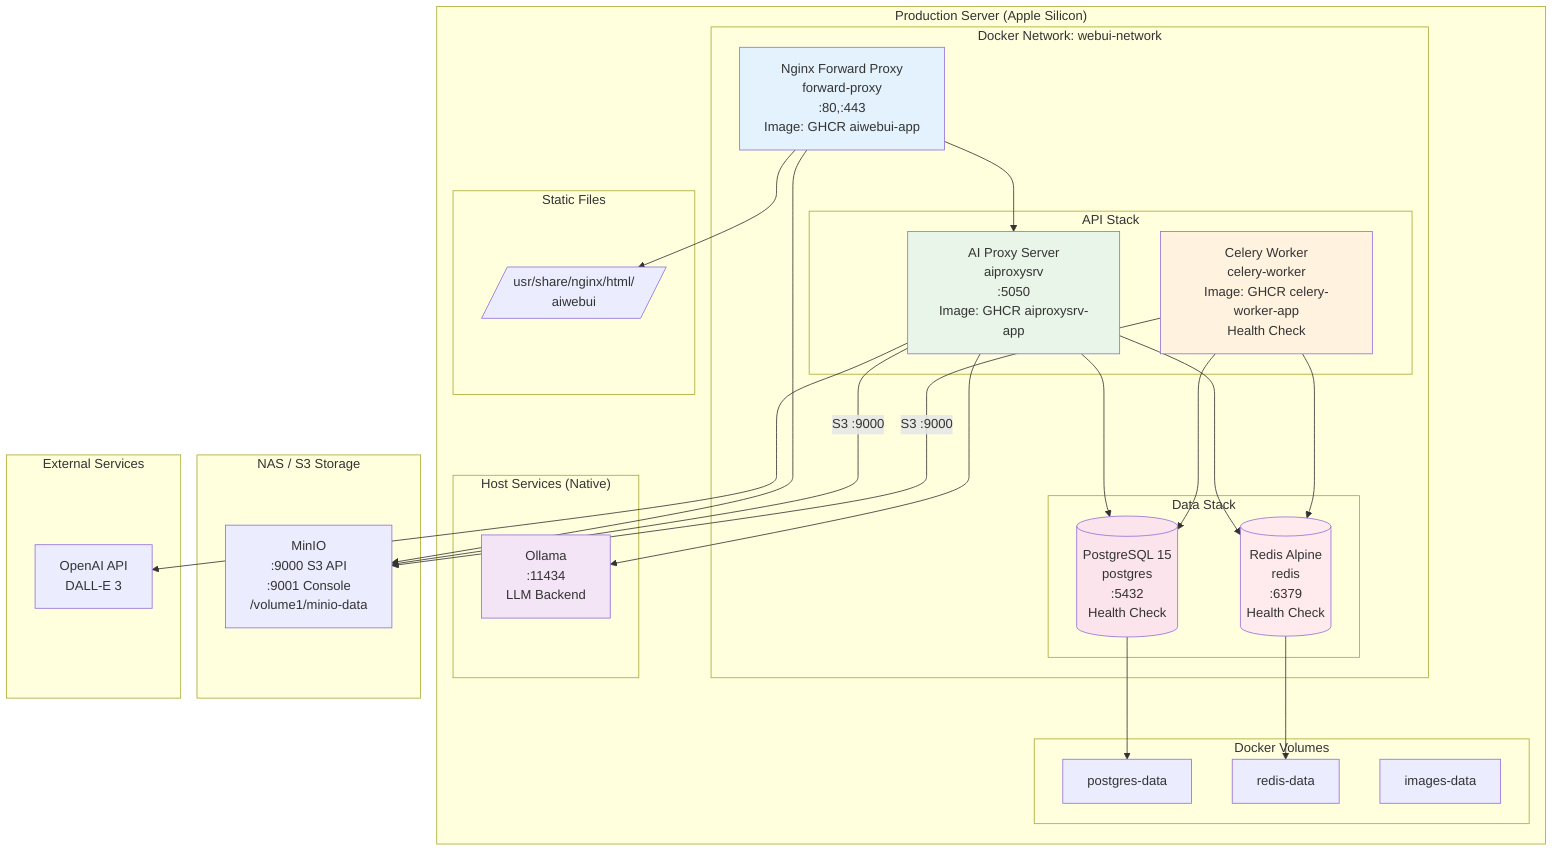
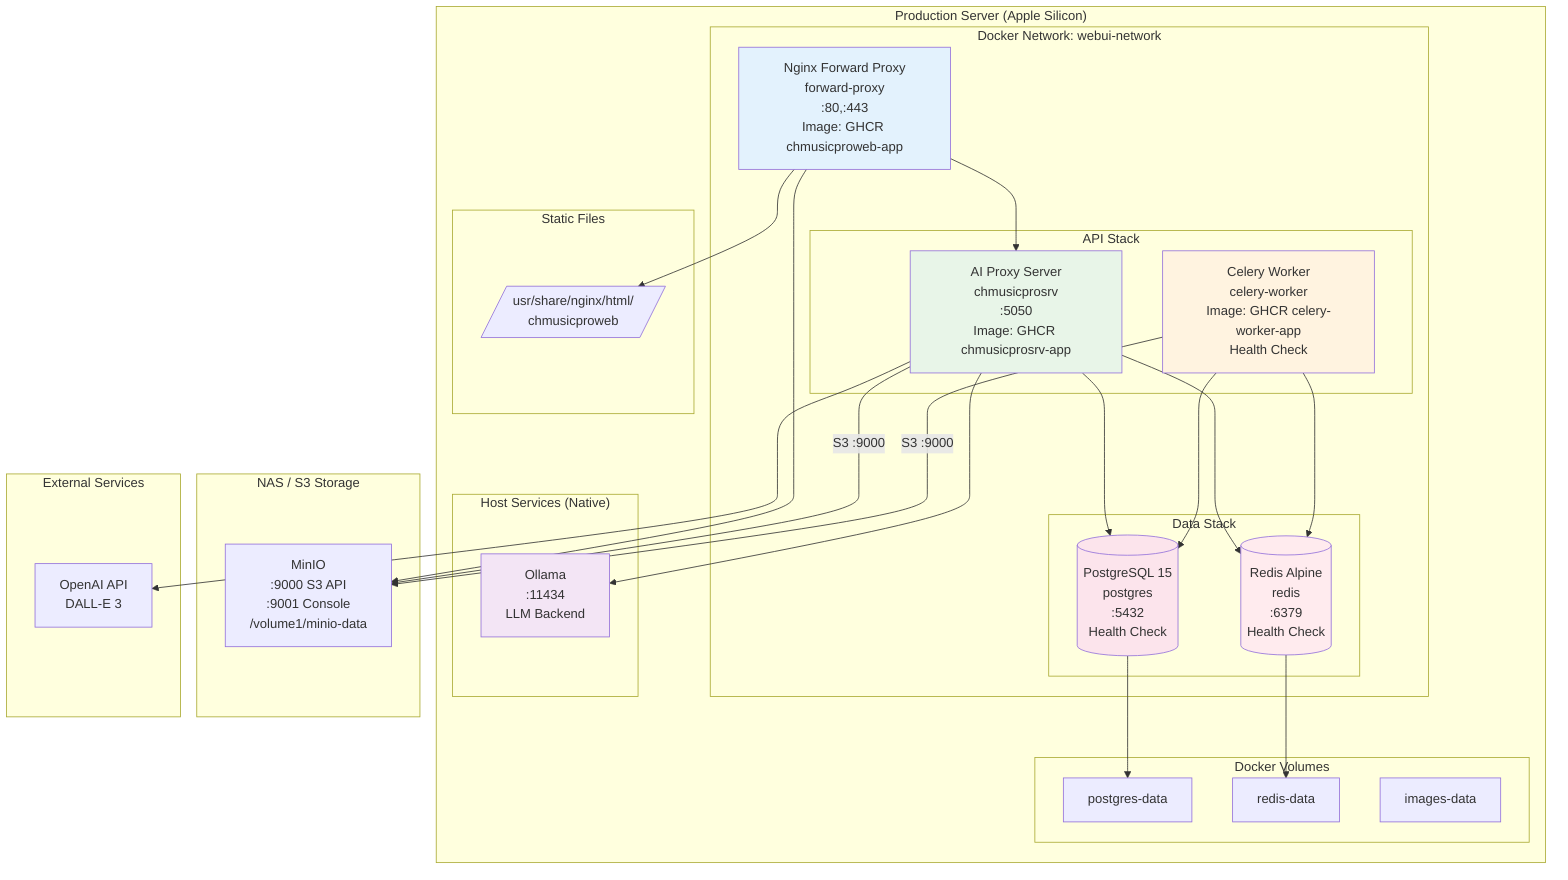
graph TB
    subgraph "Production Server (Apple Silicon)"
        subgraph "Docker Network: webui-network"
-             NGINX[Nginx Forward Proxy<br/>forward-proxy<br/>:80,:443<br/>Image: GHCR aiwebui-app]
+             NGINX[Nginx Forward Proxy<br/>forward-proxy<br/>:80,:443<br/>Image: GHCR chmusicproweb-app]

            subgraph "API Stack"
-                 API_CONTAINER[AI Proxy Server<br/>aiproxysrv<br/>:5050<br/>Image: GHCR aiproxysrv-app]
+                 API_CONTAINER[AI Proxy Server<br/>chmusicprosrv<br/>:5050<br/>Image: GHCR chmusicprosrv-app]
                WORKER_CONTAINER[Celery Worker<br/>celery-worker<br/>Image: GHCR celery-worker-app<br/>Health Check]
            end

            subgraph "Data Stack"
                PROD_PG[(PostgreSQL 15<br/>postgres<br/>:5432<br/>Health Check)]
                PROD_REDIS[(Redis Alpine<br/>redis<br/>:6379<br/>Health Check)]
            end
        end

        subgraph "Host Services (Native)"
            OLLAMA_HOST[Ollama<br/>:11434<br/>LLM Backend]
        end

        subgraph "Docker Volumes"
            PG_VOL[postgres-data]
            REDIS_VOL[redis-data]
            IMG_VOL[images-data]
        end

        subgraph "Static Files"
-             STATIC[/usr/share/nginx/html/<br/>aiwebui/]
+             STATIC[/usr/share/nginx/html/<br/>chmusicproweb/]
        end
    end

    subgraph "NAS / S3 Storage"
        MINIO_NAS[MinIO<br/>:9000 S3 API<br/>:9001 Console<br/>/volume1/minio-data]
    end

    subgraph "External Services"
        OPENAI_EXT[OpenAI API<br/>DALL-E 3]
    end

    NGINX --> API_CONTAINER
    NGINX --> STATIC
    NGINX --> MINIO_NAS

    API_CONTAINER --> PROD_PG
    API_CONTAINER --> PROD_REDIS
    API_CONTAINER --> OPENAI_EXT
    API_CONTAINER --> OLLAMA_HOST
    API_CONTAINER -->|S3 :9000| MINIO_NAS

    WORKER_CONTAINER --> PROD_REDIS
    WORKER_CONTAINER --> PROD_PG
    WORKER_CONTAINER -->|S3 :9000| MINIO_NAS

    PROD_PG --> PG_VOL
    PROD_REDIS --> REDIS_VOL

    style NGINX fill:#e3f2fd
    style API_CONTAINER fill:#e8f5e8
    style WORKER_CONTAINER fill:#fff3e0
    style PROD_PG fill:#fce4ec
    style PROD_REDIS fill:#ffebee
    style OLLAMA_HOST fill:#f3e5f5